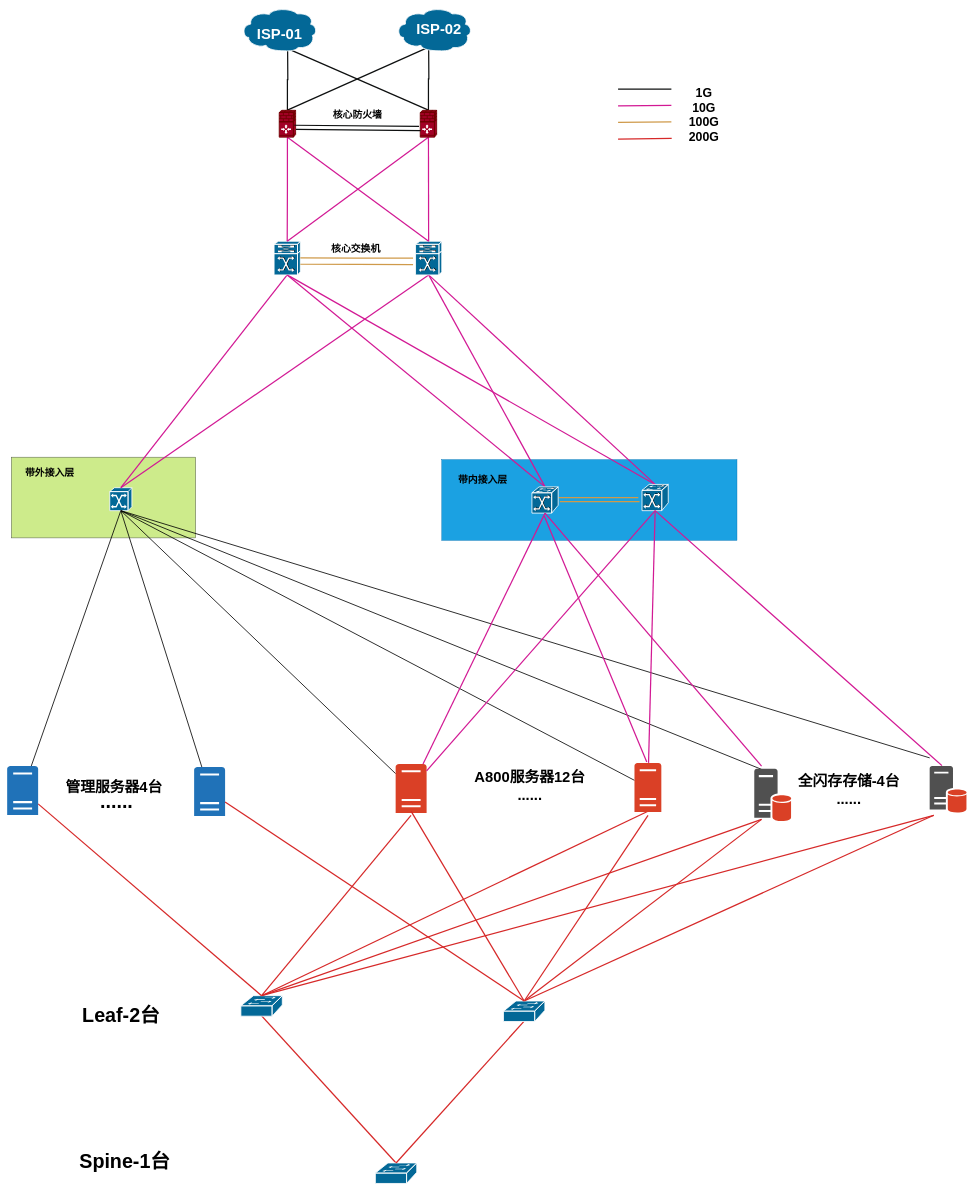
Earlier version of the draw.io diagram aicity.drawio (hel-2000/network-draw). Source tidied: cells renumbered, new cells numbered last; positions are measured from the earlier drawing's top-left corner, leaving out a move shared by most shapes. Both pictures are drawn from the tidied source at 41%, with x=0, y=0 at pixel (7, 7).
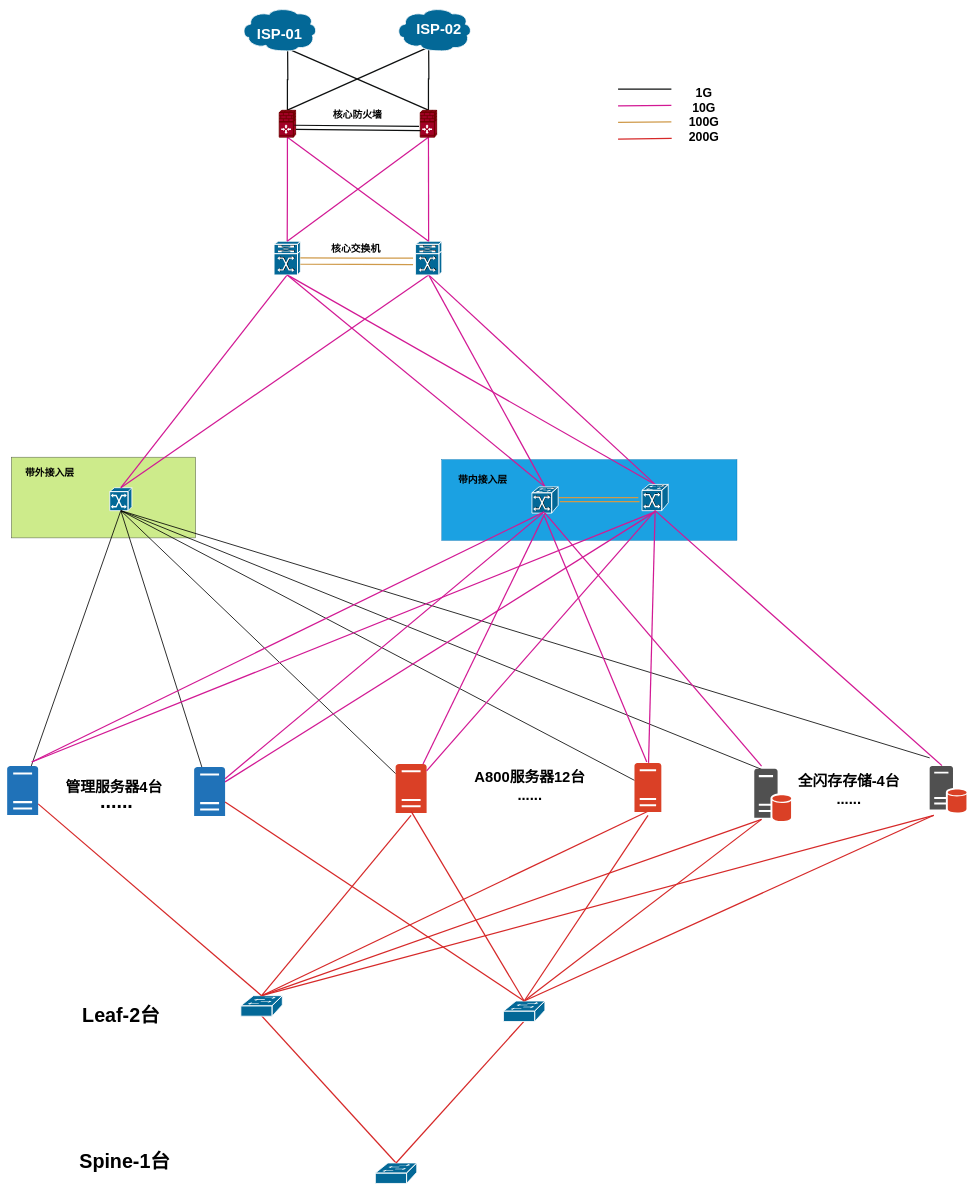
Above is the later version.

Unchanged cells that the change refers to:
```xml
<mxCell id="53" style="sketch=0;shadow=0;dashed=0;html=1;strokeColor=none;labelPosition=center;verticalLabelPosition=bottom;verticalAlign=top;outlineConnect=0;align=center;shape=mxgraph.office.servers.physical_host;fillColor=#2072B8;" parent="1" vertex="1">
  <mxGeometry x="456" y="1852.5" width="75.5" height="119.5" as="geometry" />
</mxCell>
```

The edit, as a diff of the source:
```diff
@@
+    <mxCell id="83" style="rounded=0;orthogonalLoop=1;jettySize=auto;html=1;endArrow=none;strokeColor=#d21994;strokeWidth=3;endFill=0;startArrow=none;startFill=0;fillColor=#e6d0de;gradientColor=#d5739d;" parent="1" edge="1">
+      <mxGeometry relative="1" as="geometry">
+        <mxPoint x="1310" y="1230" as="sourcePoint" />
+        <mxPoint x="60" y="1840" as="targetPoint" />
+      </mxGeometry>
+    </mxCell>
+    <mxCell id="84" style="rounded=0;jettySize=auto;html=1;endArrow=none;strokeColor=#d21994;strokeWidth=3;endFill=0;startArrow=none;startFill=0;fillColor=#e6d0de;gradientColor=#d5739d;" parent="1" edge="1" target="53">
+      <mxGeometry relative="1" as="geometry">
+        <mxPoint x="1310" y="1230" as="sourcePoint" />
+      </mxGeometry>
+    </mxCell>
+    <mxCell id="85" style="rounded=0;orthogonalLoop=1;jettySize=auto;html=1;endArrow=none;strokeColor=#d21994;strokeWidth=3;endFill=0;startArrow=none;startFill=0;fillColor=#e6d0de;gradientColor=#d5739d;" parent="1" edge="1">
+      <mxGeometry relative="1" as="geometry">
+        <mxPoint x="1580" y="1230" as="sourcePoint" />
+        <mxPoint x="60" y="1840" as="targetPoint" />
+      </mxGeometry>
+    </mxCell>
+    <mxCell id="86" style="rounded=0;jettySize=auto;html=1;endArrow=none;strokeColor=#d21994;strokeWidth=3;endFill=0;startArrow=none;startFill=0;fillColor=#e6d0de;gradientColor=#d5739d;" parent="1" edge="1" target="53">
+      <mxGeometry relative="1" as="geometry">
+        <mxPoint x="1580" y="1230" as="sourcePoint" />
+      </mxGeometry>
+    </mxCell>
```
